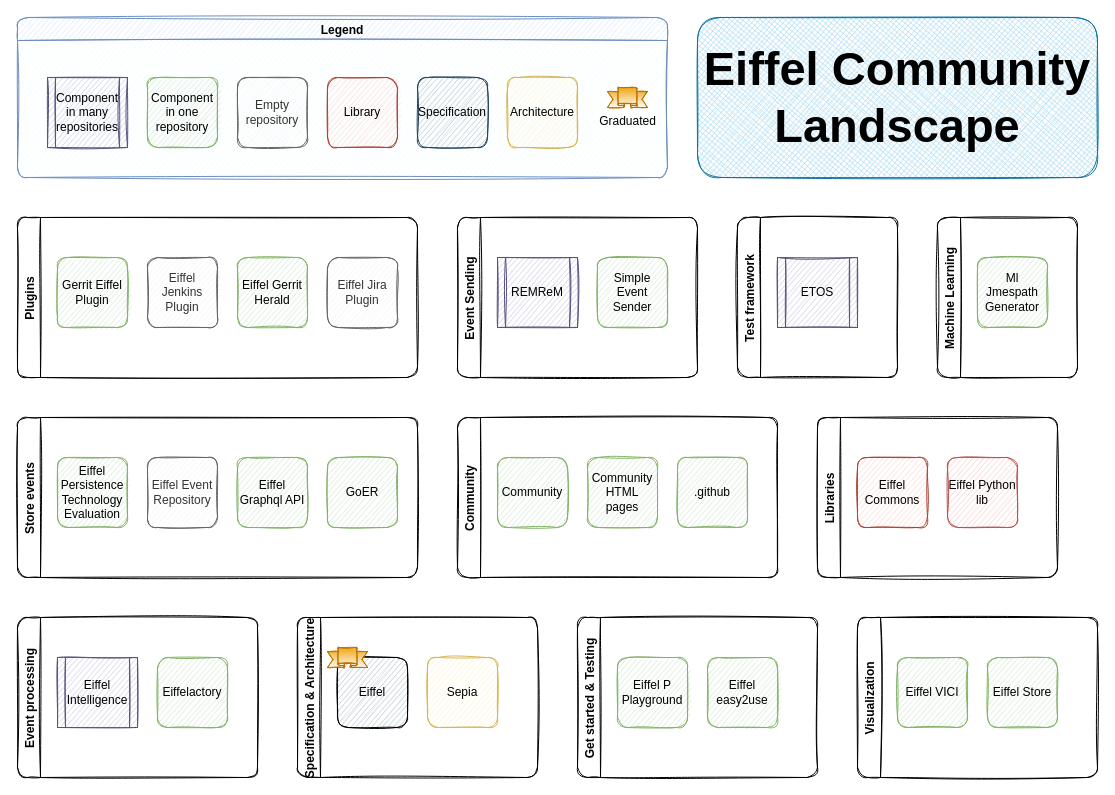
eiffel-community/eiffel-sepia keeps this draw.io diagram as landscape/landscape.drawio. Above is the earlier version. Source tidied: cells renumbered, new cells numbered last; positions are measured from the earlier drawing's top-left corner, leaving out a move shared by most shapes. Both pictures are drawn from the tidied source at 100%, with x=0, y=0 at pixel (17, 17).
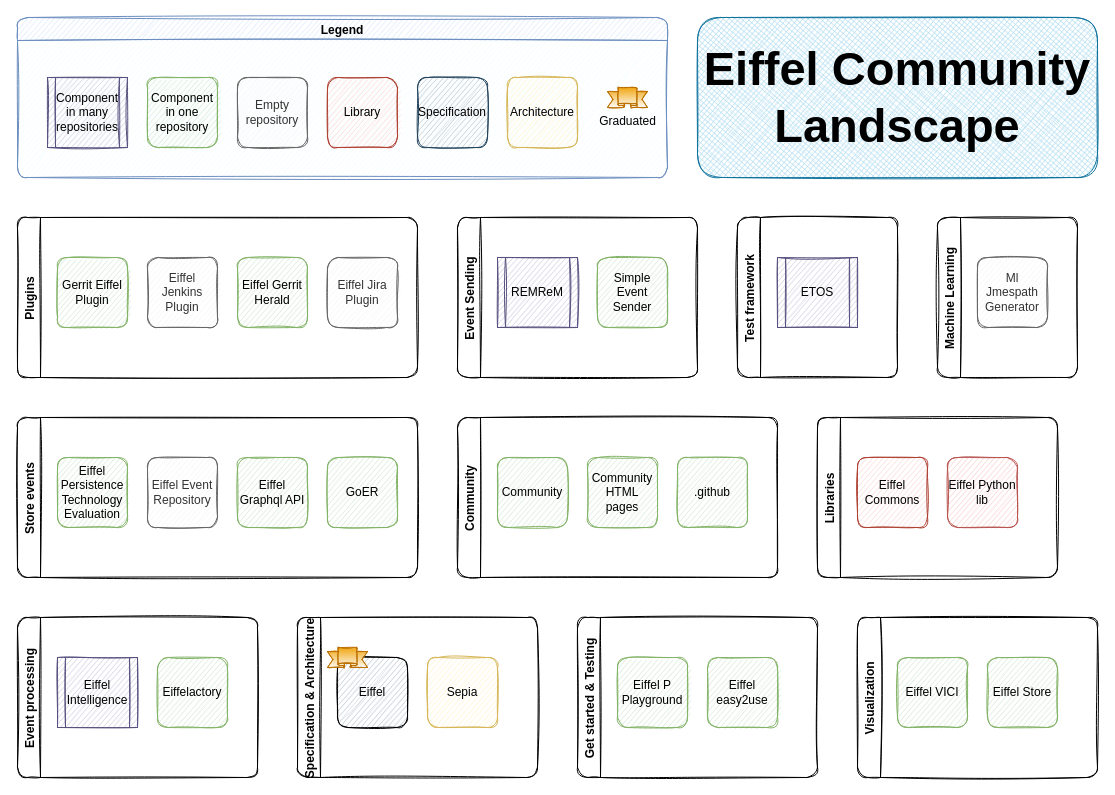
Above is the later version.

Commit message (it also covers changes not shown here):
Make ml-jmsepath-generator an empty project

Unchanged cells that the change refers to:
```xml
<mxCell id="22" value="Machine Learning" style="swimlane;horizontal=0;rounded=1;sketch=1;" parent="1" vertex="1">
  <mxGeometry x="920" y="200" width="140" height="160" as="geometry" />
</mxCell>
```

Diff of the diagram source:
```diff
@@
-    <mxCell id="23" value="Ml Jmespath Generator" style="whiteSpace=wrap;html=1;sketch=1;rounded=1;fillColor=#d5e8d4;strokeColor=#82b366;" parent="22" vertex="1">
+    <mxCell id="23" value="Ml Jmespath Generator" style="whiteSpace=wrap;html=1;sketch=1;rounded=1;fillColor=#f5f5f5;strokeColor=#666666;fontColor=#333333;" parent="22" vertex="1">
       <mxGeometry x="40" y="40" width="70" height="70" as="geometry" />
     </mxCell>
```
